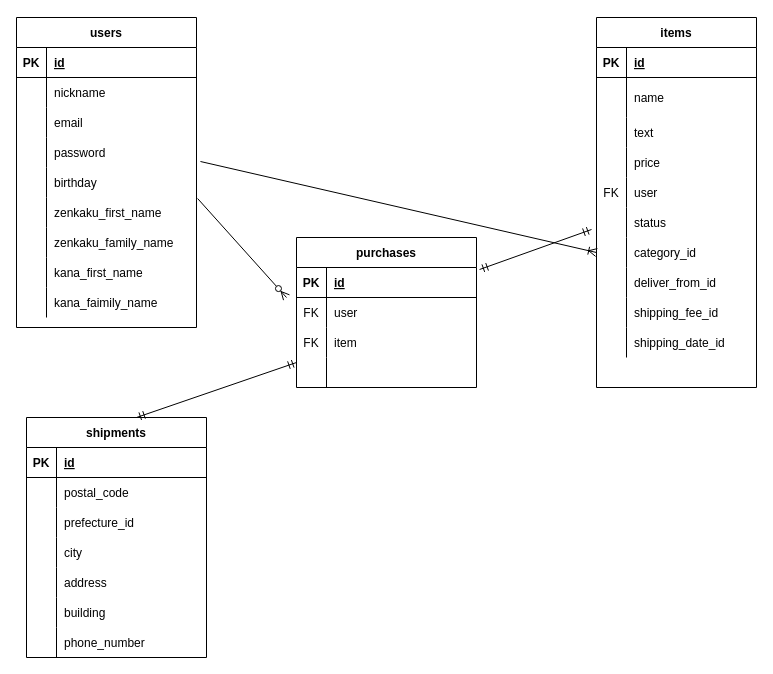
Before: test.dio in Jack9145/furima-32498, a draw.io diagram. Source tidied: cells renumbered, new cells numbered last; positions are measured from the earlier drawing's top-left corner, leaving out a move shared by most shapes. Both pictures are drawn from the tidied source at 100%, with x=0, y=0 at pixel (16, 17).
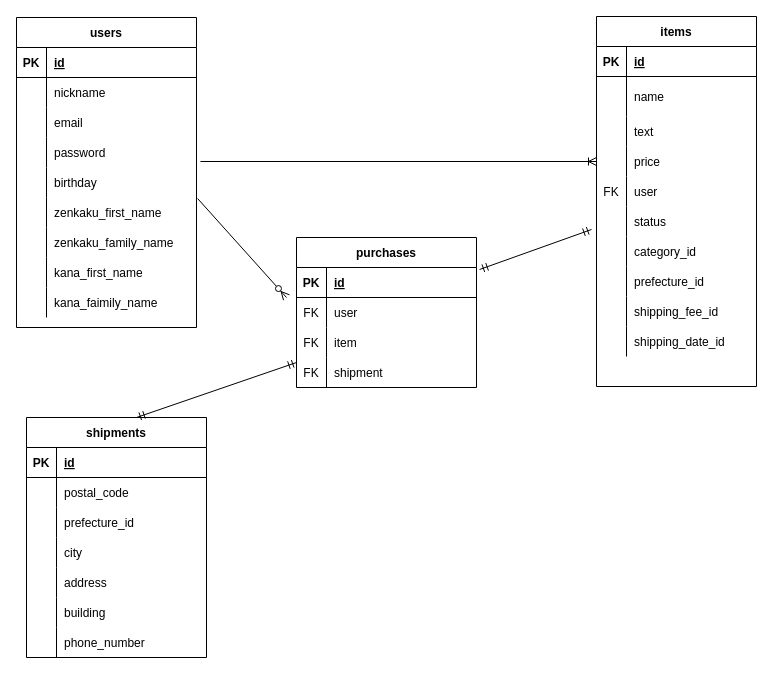
Above is the later version.

Commit message (it also covers changes not shown here):
電話番号の型、PurchaseのAsocciationの変更、itemsのstatusカラムの追加

Unchanged cells that the change refers to:
```xml
<mxCell id="12" style="shape=partialRectangle;fillColor=none;top=0;left=0;bottom=0;right=0;points=[[0,0.5],[1,0.5]];portConstraint=eastwest;" parent="2" vertex="1">
  <mxGeometry y="120" width="180" height="30" as="geometry" />
</mxCell>
<mxCell id="40" style="shape=partialRectangle;fillColor=none;top=0;left=0;bottom=0;right=0;points=[[0,0.5],[1,0.5]];portConstraint=eastwest;" parent="30" vertex="1">
  <mxGeometry y="130" width="160" height="30" as="geometry" />
</mxCell>
<mxCell id="49" style="shape=partialRectangle;fillColor=none;top=0;left=0;bottom=0;right=0;points=[[0,0.5],[1,0.5]];portConstraint=eastwest;" parent="30" vertex="1">
  <mxGeometry y="220" width="160" height="30" as="geometry" />
</mxCell>
<mxCell id="52" style="shape=partialRectangle;fillColor=none;top=0;left=0;bottom=0;right=0;" parent="30" vertex="1">
  <mxGeometry y="250" width="160" height="30" as="geometry" />
</mxCell>
<mxCell id="72" style="shape=partialRectangle;fillColor=none;top=0;left=0;bottom=0;right=0;" parent="62" vertex="1">
  <mxGeometry y="120" width="180" height="30" as="geometry" />
</mxCell>
```

The edit, as a diff of the source:
```diff
@@
     <mxCell id="30" value="items" style="shape=table;startSize=30;childLayout=tableLayout;rowLines=0;fontStyle=1;align=center;" parent="1" vertex="1">
-      <mxGeometry x="580" width="160" height="370" as="geometry" />
+      <mxGeometry x="580" y="-1" width="160" height="370" as="geometry" />
     </mxCell>
@@
-    <mxCell id="54" value="deliver_from_id" style="shape=partialRectangle;fillColor=none;top=0;left=0;bottom=0;right=0;align=left;spacingLeft=6;overflow=hidden;" parent="52" vertex="1">
+    <mxCell id="54" value="prefecture_id" style="shape=partialRectangle;fillColor=none;top=0;left=0;bottom=0;right=0;align=left;spacingLeft=6;overflow=hidden;" parent="52" vertex="1">
       <mxGeometry x="30" width="130" height="30" as="geometry" />
     </mxCell>
@@
-    <mxCell id="61" style="fontSize=12;html=1;endArrow=ERoneToMany;entryX=0;entryY=0.5;entryDx=0;entryDy=0;exitX=1.022;exitY=0.8;exitDx=0;exitDy=0;exitPerimeter=0;" parent="1" edge="1" source="12" target="49">
+    <mxCell id="61" style="fontSize=12;html=1;endArrow=ERoneToMany;entryX=0;entryY=0.5;entryDx=0;entryDy=0;exitX=1.022;exitY=0.8;exitDx=0;exitDy=0;exitPerimeter=0;" parent="1" edge="1" source="12" target="40">
       <mxGeometry relative="1" as="geometry" />
     </mxCell>
@@
-    <mxCell id="73" style="shape=partialRectangle;fillColor=none;top=0;left=0;bottom=0;right=0;overflow=hidden;" parent="72" vertex="1">
+    <mxCell id="73" value="FK" style="shape=partialRectangle;fillColor=none;top=0;left=0;bottom=0;right=0;overflow=hidden;" parent="72" vertex="1">
       <mxGeometry width="30" height="30" as="geometry" />
     </mxCell>
-    <mxCell id="74" style="shape=partialRectangle;fillColor=none;top=0;left=0;bottom=0;right=0;align=left;spacingLeft=6;overflow=hidden;" parent="72" vertex="1">
+    <mxCell id="74" value="shipment" style="shape=partialRectangle;fillColor=none;top=0;left=0;bottom=0;right=0;align=left;spacingLeft=6;overflow=hidden;" parent="72" vertex="1">
       <mxGeometry x="30" width="150" height="30" as="geometry" />
     </mxCell>
```
